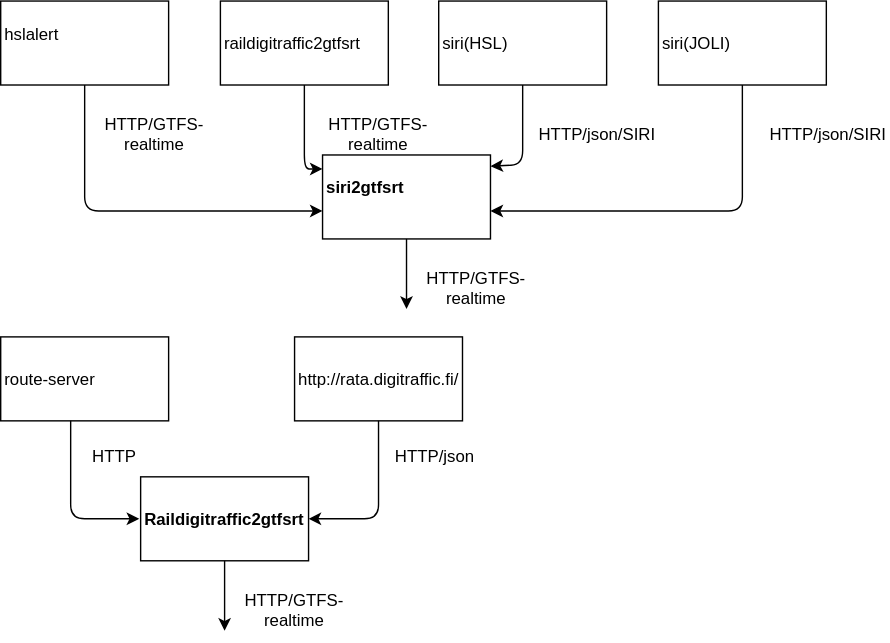
Before: Test/APIs/4-realtime-api/trip-updates/architecture.svg, a diagram exported from draw.io (skaija/susan-testing). Source tidied: cells renumbered, new cells last; positions are measured from the earlier drawing's top-left corner, leaving out a move shared by most shapes.
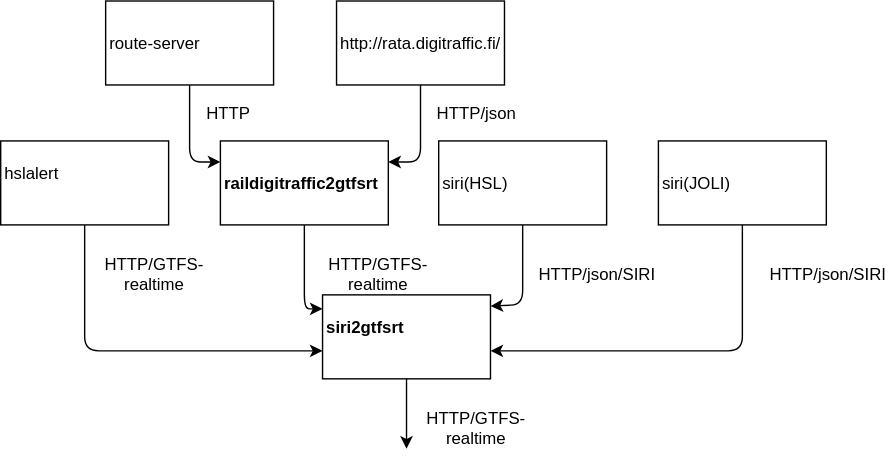
The same diagram one commit later.

Diff of the diagram source:
```diff
@@ -2,13 +2,13 @@
   <root>
     <mxCell id="0" />
     <mxCell id="1" parent="0" />
-    <mxCell id="2" value="&lt;div style=&quot;text-align: center&quot;&gt;&lt;span&gt;raildigitraffic2gtfsrt&lt;/span&gt;&lt;span&gt;&lt;br&gt;&lt;/span&gt;&lt;/div&gt;" style="whiteSpace=wrap;html=1;rounded=0;shadow=0;glass=0;strokeColor=#000000;fillColor=#FFFFFF;align=left;" parent="1" vertex="1">
+    <mxCell id="2" value="&lt;div style=&quot;text-align: center&quot;&gt;&lt;span&gt;&lt;b&gt;raildigitraffic2gtfsrt&lt;/b&gt;&lt;/span&gt;&lt;span&gt;&lt;br&gt;&lt;/span&gt;&lt;/div&gt;" style="whiteSpace=wrap;html=1;rounded=0;shadow=0;glass=0;strokeColor=#000000;fillColor=#FFFFFF;align=left;" parent="1" vertex="1">
       <mxGeometry x="157" width="120" height="60" as="geometry" />
     </mxCell>
     <mxCell id="3" value="&lt;div style=&quot;text-align: center&quot;&gt;&lt;span style=&quot;line-height: 1.2&quot;&gt;&lt;b&gt;siri2gtfsrt&lt;/b&gt;&lt;/span&gt;&lt;/div&gt;&lt;div style=&quot;text-align: center&quot;&gt;&lt;span style=&quot;line-height: 1.2&quot;&gt;&lt;br&gt;&lt;/span&gt;&lt;/div&gt;" style="whiteSpace=wrap;html=1;rounded=0;shadow=0;glass=0;strokeColor=#000000;fillColor=#FFFFFF;align=left;" parent="1" vertex="1">
       <mxGeometry x="230" y="110" width="120" height="60" as="geometry" />
     </mxCell>
-    <mxCell id="4" value="&lt;div style=&quot;text-align: center&quot;&gt;&lt;span style=&quot;line-height: 1.2&quot;&gt;hslalert&lt;br&gt;&lt;br&gt;&lt;/span&gt;&lt;/div&gt;" style="whiteSpace=wrap;html=1;rounded=0;shadow=0;glass=0;strokeColor=#000000;fillColor=#FFFFFF;align=left;" parent="1" vertex="1">
+    <mxCell id="4" value="&lt;div style=&quot;text-align: center&quot;&gt;&lt;div style=&quot;text-align: center&quot;&gt;&lt;span&gt;hslalert&lt;/span&gt;&lt;/div&gt;&lt;span style=&quot;line-height: 1.2&quot;&gt;&lt;div style=&quot;text-align: center&quot;&gt;&lt;br&gt;&lt;/div&gt;&lt;/span&gt;&lt;/div&gt;" style="whiteSpace=wrap;html=1;rounded=0;shadow=0;glass=0;strokeColor=#000000;fillColor=#FFFFFF;align=left;" parent="1" vertex="1">
       <mxGeometry width="120" height="60" as="geometry" />
     </mxCell>
     <mxCell id="5" value="&lt;div style=&quot;text-align: center&quot;&gt;&lt;span style=&quot;line-height: 1.2&quot;&gt;siri(JOLI)&lt;br&gt;&lt;/span&gt;&lt;/div&gt;" style="whiteSpace=wrap;html=1;rounded=0;shadow=0;glass=0;strokeColor=#000000;fillColor=#FFFFFF;align=left;" parent="1" vertex="1">
@@ -54,7 +54,7 @@
       <mxGeometry x="313" width="120" height="60" as="geometry" />
     </mxCell>
     <mxCell id="13" style="endArrow=classic;html=1;exitX=0.5;exitY=1;entryX=1;entryY=0.133;entryPerimeter=0;" parent="1" edge="1" source="12" target="3">
-      <mxGeometry x="287" y="100" as="geometry">
+      <mxGeometry x="247" y="180" as="geometry">
         <Array as="points">
           <mxPoint x="373" y="117" />
         </Array>
@@ -70,42 +70,31 @@
       <mxGeometry x="545" y="80" width="90" height="30" as="geometry" />
     </mxCell>
     <mxCell id="17" value="&lt;div style=&quot;text-align: center&quot;&gt;&lt;span&gt;http://rata.digitraffic.fi/&lt;/span&gt;&lt;span&gt;&lt;br&gt;&lt;/span&gt;&lt;/div&gt;" style="whiteSpace=wrap;html=1;rounded=0;shadow=0;glass=0;strokeColor=#000000;fillColor=#FFFFFF;align=left;" parent="1" vertex="1">
-      <mxGeometry x="210" y="240" width="120" height="60" as="geometry" />
+      <mxGeometry x="240" y="-100" width="120" height="60" as="geometry" />
     </mxCell>
-    <mxCell id="18" value="&lt;div style=&quot;text-align: center&quot;&gt;&lt;span&gt;&lt;b&gt;Raildigitraffic2gtfsrt&lt;/b&gt;&lt;/span&gt;&lt;br&gt;&lt;/div&gt;" style="whiteSpace=wrap;html=1;rounded=0;shadow=0;glass=0;strokeColor=#000000;fillColor=#FFFFFF;align=left;" parent="1" vertex="1">
-      <mxGeometry x="100" y="340" width="120" height="60" as="geometry" />
-    </mxCell>
     <mxCell id="19" value="&lt;div style=&quot;text-align: center&quot;&gt;&lt;span style=&quot;line-height: 1.2&quot;&gt;route-server&lt;/span&gt;&lt;/div&gt;" style="whiteSpace=wrap;html=1;rounded=0;shadow=0;glass=0;strokeColor=#000000;fillColor=#FFFFFF;align=left;" parent="1" vertex="1">
-      <mxGeometry y="240" width="120" height="60" as="geometry" />
+      <mxGeometry x="75" y="-100" width="120" height="60" as="geometry" />
     </mxCell>
-    <mxCell id="20" style="endArrow=classic;html=1;exitX=0.417;exitY=1;exitPerimeter=0;" parent="1" edge="1" source="19">
+    <mxCell id="20" style="endArrow=classic;html=1;entryX=0;entryY=0.25;" parent="1" edge="1" target="2">
       <mxGeometry relative="1" as="geometry">
-        <mxPoint x="99" y="370" as="targetPoint" />
+        <mxPoint x="135" y="-40" as="sourcePoint" />
         <Array as="points">
-          <mxPoint x="50" y="370" />
+          <mxPoint x="135" y="15" />
         </Array>
       </mxGeometry>
     </mxCell>
-    <mxCell id="21" style="endArrow=classic;html=1;exitX=0.5;exitY=1;entryX=1;entryY=0.5;" parent="1" edge="1" source="17" target="18">
+    <mxCell id="21" style="endArrow=classic;html=1;exitX=0.5;exitY=1;entryX=1;entryY=0.25;" parent="1" edge="1" source="17" target="2">
       <mxGeometry relative="1" as="geometry">
         <Array as="points">
-          <mxPoint x="270" y="370" />
+          <mxPoint x="300" y="15" />
         </Array>
       </mxGeometry>
     </mxCell>
-    <mxCell id="22" style="endArrow=classic;html=1;exitX=0.5;exitY=1;" parent="1" edge="1" source="18">
-      <mxGeometry relative="1" as="geometry">
-        <mxPoint x="160" y="450" as="targetPoint" />
-      </mxGeometry>
-    </mxCell>
     <mxCell id="23" value="HTTP" style="text;html=1;strokeColor=none;fillColor=none;align=center;verticalAlign=middle;whiteSpace=wrap;overflow=hidden;rounded=0;shadow=0;glass=0;" parent="1" vertex="1">
-      <mxGeometry x="40" y="310" width="80" height="30" as="geometry" />
+      <mxGeometry x="130" y="-35" width="65" height="30" as="geometry" />
     </mxCell>
-    <mxCell id="24" value="HTTP/GTFS-realtime" style="text;html=1;strokeColor=none;fillColor=none;align=center;verticalAlign=middle;whiteSpace=wrap;overflow=hidden;rounded=0;shadow=0;glass=0;" parent="1" vertex="1">
-      <mxGeometry x="170" y="420" width="80" height="30" as="geometry" />
-    </mxCell>
     <mxCell id="25" value="HTTP/json" style="text;html=1;strokeColor=none;fillColor=none;align=center;verticalAlign=middle;whiteSpace=wrap;overflow=hidden;rounded=0;shadow=0;glass=0;" parent="1" vertex="1">
-      <mxGeometry x="270" y="310" width="80" height="30" as="geometry" />
+      <mxGeometry x="310" y="-35" width="60" height="30" as="geometry" />
     </mxCell>
   </root>
 </mxGraphModel>
```
